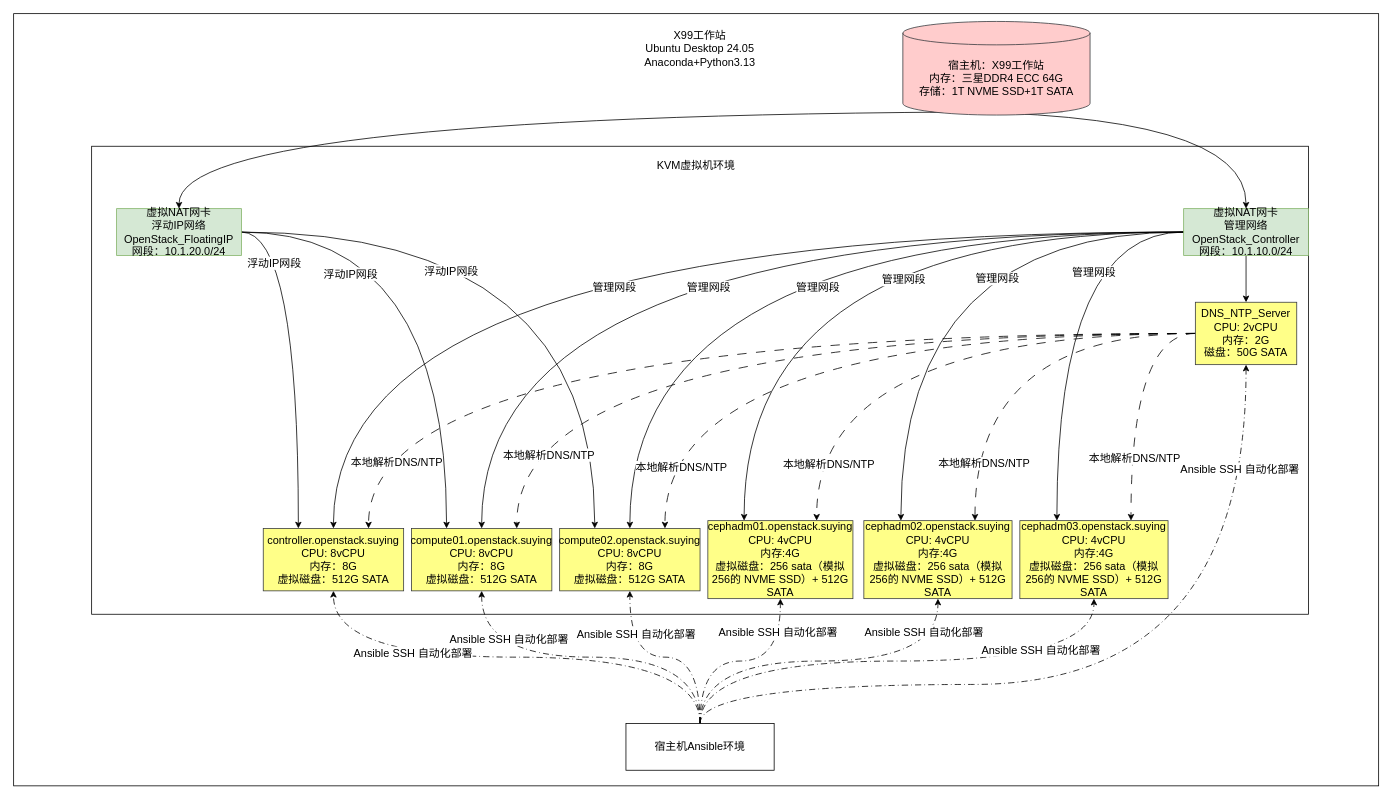
Above: 测试环境部署模型.drawio in lrAltas/DrwaIO (draw.io), before the change. Source tidied: cells renumbered, new cells numbered last; positions are measured from the earlier drawing's top-left corner, leaving out a move shared by most shapes. Both pictures are drawn from the tidied source at 78%, with x=0, y=0 at pixel (13, 13).
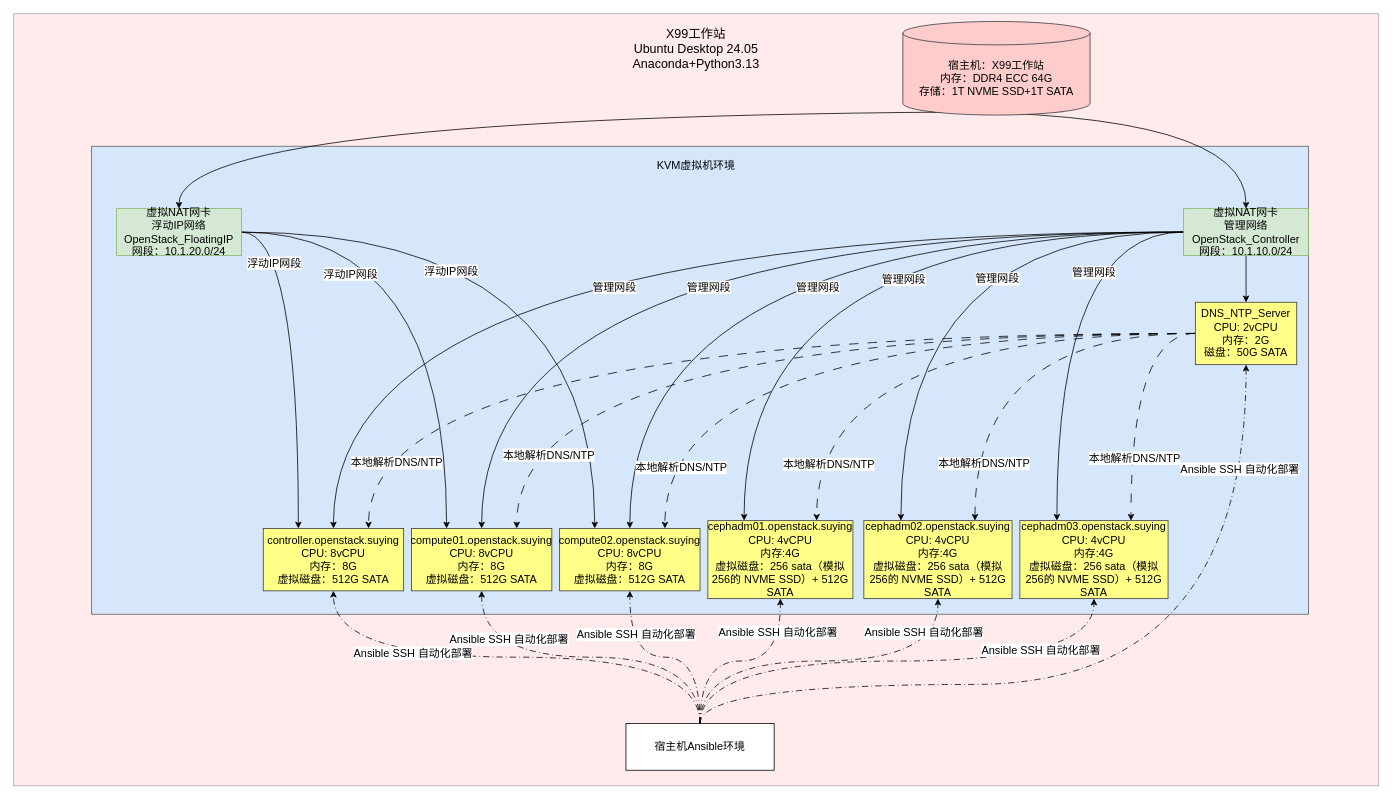
After the change.

Commit message (it also covers changes not shown here):
更新测试环境部署模型.drawio

What changed in the source:
```diff
@@
-    <mxCell id="2" style="rounded=0;whiteSpace=wrap;html=1;fontSize=14;" parent="1" vertex="1">
+    <mxCell id="2" style="rounded=0;whiteSpace=wrap;html=1;fontSize=14;fillColor=#ffcccc;strokeColor=#36393d;opacity=40;" parent="1" vertex="1">
       <mxGeometry width="1750" height="990" as="geometry" />
     </mxCell>
-    <mxCell id="3" style="rounded=0;whiteSpace=wrap;html=1;fontSize=14;" parent="1" vertex="1">
+    <mxCell id="3" style="rounded=0;whiteSpace=wrap;html=1;fontSize=14;fillColor=#cce5ff;strokeColor=#36393d;opacity=80;" parent="1" vertex="1">
       <mxGeometry x="100" y="170" width="1560" height="600" as="geometry" />
     </mxCell>
@@
-    <mxCell id="6" value="&lt;div&gt;宿主机：X99工作站&lt;/div&gt;&lt;div&gt;内存：三星DDR4 ECC 64G&lt;/div&gt;&lt;div&gt;存储：1T NVME SSD+1T SATA&lt;/div&gt;" style="shape=cylinder3;whiteSpace=wrap;html=1;boundedLbl=1;backgroundOutline=1;size=15;fillColor=#ffcccc;strokeColor=#36393d;fontSize=14;" parent="1" vertex="1">
+    <mxCell id="6" value="&lt;div&gt;宿主机：X99工作站&lt;/div&gt;&lt;div&gt;内存：DDR4 ECC 64G&lt;/div&gt;&lt;div&gt;存储：1T NVME SSD+1T SATA&lt;/div&gt;" style="shape=cylinder3;whiteSpace=wrap;html=1;boundedLbl=1;backgroundOutline=1;size=15;fillColor=#ffcccc;strokeColor=#36393d;fontSize=14;" parent="1" vertex="1">
       <mxGeometry x="1140" y="10" width="240" height="120" as="geometry" />
     </mxCell>
@@
-    <mxCell id="63" value="&lt;div&gt;X99工作站&lt;/div&gt;&lt;div&gt;Ubuntu Desktop 24.05&lt;/div&gt;&lt;div&gt;Anaconda+Python3.13&lt;/div&gt;" style="text;html=1;whiteSpace=wrap;strokeColor=none;fillColor=none;align=center;verticalAlign=middle;rounded=0;fontSize=14;" parent="1" vertex="1">
-      <mxGeometry x="795" y="30" width="170" height="30" as="geometry" />
+    <mxCell id="63" value="&lt;div&gt;&lt;font style=&quot;font-size: 16px;&quot;&gt;X99工作站&lt;/font&gt;&lt;/div&gt;&lt;div&gt;&lt;font style=&quot;font-size: 16px;&quot;&gt;Ubuntu Desktop 24.05&lt;/font&gt;&lt;/div&gt;&lt;div&gt;&lt;font style=&quot;font-size: 16px;&quot;&gt;Anaconda+Python3.13&lt;/font&gt;&lt;/div&gt;" style="text;html=1;whiteSpace=wrap;strokeColor=none;fillColor=none;align=center;verticalAlign=middle;rounded=0;fontSize=14;" parent="1" vertex="1">
+      <mxGeometry x="790" y="30" width="170" height="30" as="geometry" />
     </mxCell>
```
